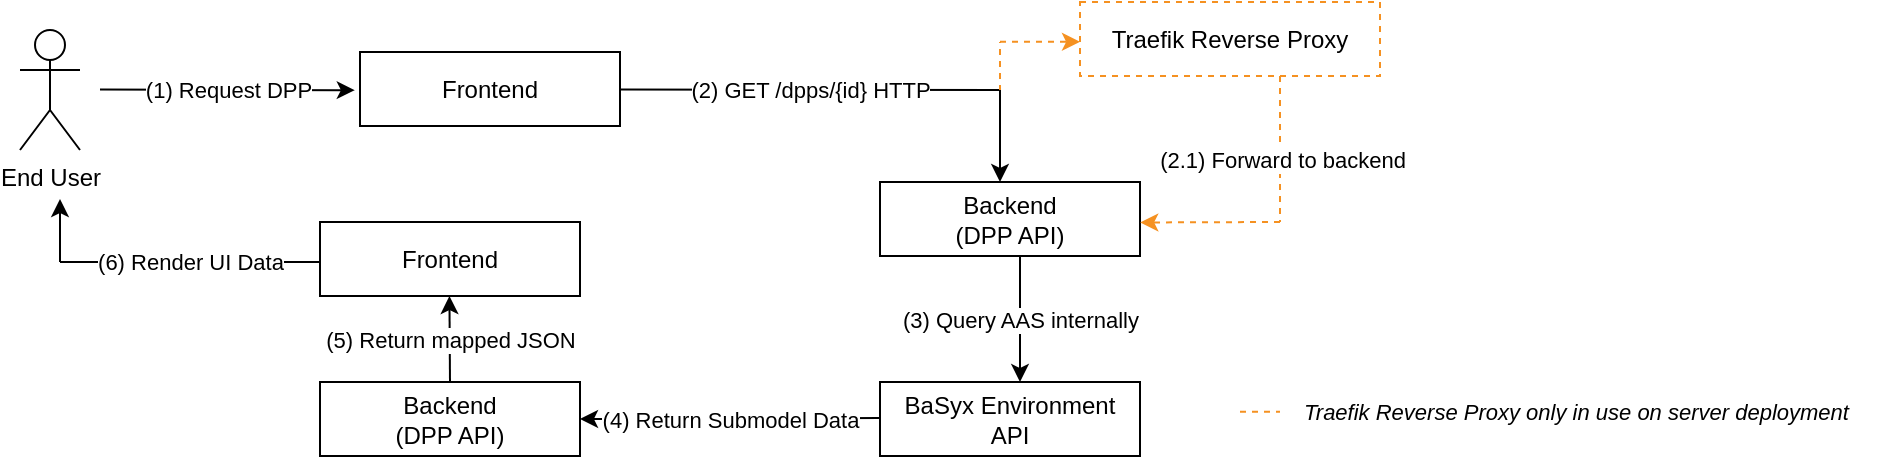
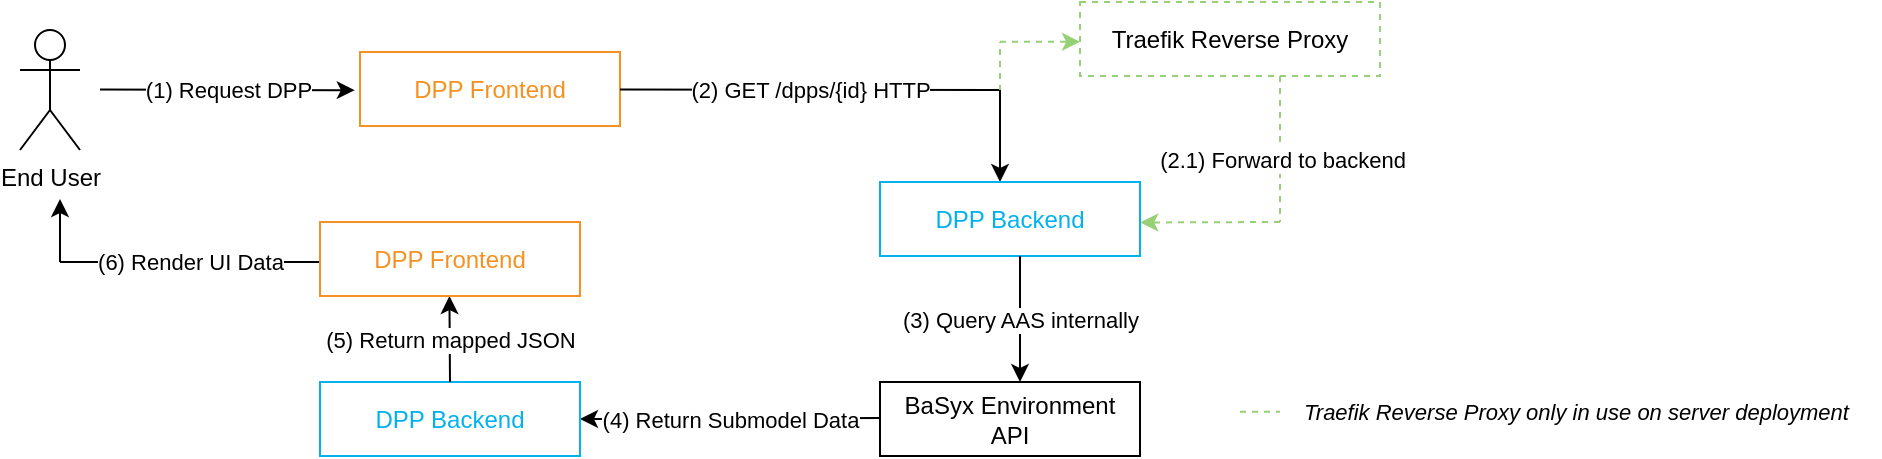
<mxfile host="Electron" agent="Mozilla/5.0 (Macintosh; Intel Mac OS X 10_15_7) AppleWebKit/537.36 (KHTML, like Gecko) draw.io/28.2.8 Chrome/140.0.7339.240 Electron/38.4.0 Safari/537.36" version="28.2.8">
  <diagram name="Seite-1" id="kSZL9XZ3l5jv9jZUYMf_">
-     <mxGraphModel dx="1309" dy="537" grid="1" gridSize="10" guides="1" tooltips="1" connect="1" arrows="1" fold="1" page="1" pageScale="1" pageWidth="1169" pageHeight="827" math="0" shadow="0">
+     <mxGraphModel dx="869" dy="607" grid="1" gridSize="10" guides="1" tooltips="1" connect="1" arrows="1" fold="1" page="1" pageScale="1" pageWidth="1169" pageHeight="827" math="0" shadow="0">
      <root>
        <mxCell id="0" />
        <mxCell id="1" parent="0" />
        <mxCell id="JikjJ0p1adLa2uhM40UA-1" value="End User" style="shape=umlActor;verticalLabelPosition=bottom;verticalAlign=top;html=1;outlineConnect=0;" parent="1" vertex="1">
          <mxGeometry x="40" y="384" width="30" height="60" as="geometry" />
        </mxCell>
        <mxCell id="JikjJ0p1adLa2uhM40UA-4" value="" style="endArrow=classic;html=1;rounded=0;entryX=-0.02;entryY=0.516;entryDx=0;entryDy=0;entryPerimeter=0;" parent="1" target="JikjJ0p1adLa2uhM40UA-6" edge="1">
          <mxGeometry relative="1" as="geometry">
            <mxPoint x="80" y="413.77" as="sourcePoint" />
            <mxPoint x="200" y="414" as="targetPoint" />
          </mxGeometry>
        </mxCell>
        <mxCell id="JikjJ0p1adLa2uhM40UA-5" value="(1) Request DPP" style="edgeLabel;resizable=0;html=1;;align=center;verticalAlign=middle;" parent="JikjJ0p1adLa2uhM40UA-4" connectable="0" vertex="1">
          <mxGeometry relative="1" as="geometry" />
        </mxCell>
-         <mxCell id="JikjJ0p1adLa2uhM40UA-6" value="Frontend" style="rounded=0;whiteSpace=wrap;html=1;" parent="1" vertex="1">
+         <mxCell id="JikjJ0p1adLa2uhM40UA-6" value="&lt;font style=&quot;color: rgb(245, 145, 33);&quot;&gt;DPP Frontend&lt;/font&gt;" style="rounded=0;whiteSpace=wrap;html=1;strokeColor=#F59121;" parent="1" vertex="1">
          <mxGeometry x="210" y="395" width="130" height="37" as="geometry" />
        </mxCell>
        <mxCell id="JikjJ0p1adLa2uhM40UA-7" value="" style="endArrow=none;html=1;rounded=0;endFill=0;" parent="1" edge="1">
          <mxGeometry relative="1" as="geometry">
            <mxPoint x="340" y="413.77" as="sourcePoint" />
            <mxPoint x="530" y="414" as="targetPoint" />
          </mxGeometry>
        </mxCell>
        <mxCell id="JikjJ0p1adLa2uhM40UA-8" value="(2) GET /dpps/{id} HTTP" style="edgeLabel;resizable=0;html=1;;align=center;verticalAlign=middle;" parent="JikjJ0p1adLa2uhM40UA-7" connectable="0" vertex="1">
          <mxGeometry relative="1" as="geometry" />
        </mxCell>
-         <mxCell id="JikjJ0p1adLa2uhM40UA-15" value="" style="endArrow=none;dashed=1;html=1;rounded=0;strokeColor=#F59121;" parent="1" edge="1">
+         <mxCell id="JikjJ0p1adLa2uhM40UA-15" value="" style="endArrow=none;dashed=1;html=1;rounded=0;strokeColor=#97D077;" parent="1" edge="1">
          <mxGeometry width="50" height="50" relative="1" as="geometry">
            <mxPoint x="530" y="414.5" as="sourcePoint" />
            <mxPoint x="530" y="390" as="targetPoint" />
          </mxGeometry>
        </mxCell>
-         <mxCell id="JikjJ0p1adLa2uhM40UA-16" value="" style="endArrow=classic;dashed=1;html=1;rounded=0;endFill=1;strokeColor=#F59121;" parent="1" edge="1">
+         <mxCell id="JikjJ0p1adLa2uhM40UA-16" value="" style="endArrow=classic;dashed=1;html=1;rounded=0;endFill=1;strokeColor=#97D077;" parent="1" edge="1">
          <mxGeometry width="50" height="50" relative="1" as="geometry">
            <mxPoint x="530" y="389.93" as="sourcePoint" />
            <mxPoint x="570" y="389.93" as="targetPoint" />
          </mxGeometry>
        </mxCell>
        <mxCell id="JikjJ0p1adLa2uhM40UA-17" value="" style="endArrow=classic;html=1;rounded=0;" parent="1" edge="1">
          <mxGeometry width="50" height="50" relative="1" as="geometry">
            <mxPoint x="530" y="414" as="sourcePoint" />
            <mxPoint x="530" y="460" as="targetPoint" />
          </mxGeometry>
        </mxCell>
-         <mxCell id="JikjJ0p1adLa2uhM40UA-19" value="Traefik Reverse Proxy" style="rounded=0;whiteSpace=wrap;html=1;dashed=1;strokeColor=#F59121;" parent="1" vertex="1">
+         <mxCell id="JikjJ0p1adLa2uhM40UA-19" value="Traefik Reverse Proxy" style="rounded=0;whiteSpace=wrap;html=1;dashed=1;strokeColor=#97D077;" parent="1" vertex="1">
          <mxGeometry x="570" y="370" width="150" height="37" as="geometry" />
        </mxCell>
-         <mxCell id="JikjJ0p1adLa2uhM40UA-22" value="Backend&lt;div&gt;(DPP API)&lt;/div&gt;" style="rounded=0;whiteSpace=wrap;html=1;" parent="1" vertex="1">
+         <mxCell id="JikjJ0p1adLa2uhM40UA-22" value="&lt;font style=&quot;color: rgb(4, 177, 239);&quot;&gt;DPP Backend&lt;/font&gt;" style="rounded=0;whiteSpace=wrap;html=1;strokeColor=#04B1EF;" parent="1" vertex="1">
          <mxGeometry x="470" y="460" width="130" height="37" as="geometry" />
        </mxCell>
-         <mxCell id="JikjJ0p1adLa2uhM40UA-23" value="" style="endArrow=none;html=1;rounded=0;exitX=0.16;exitY=0.977;exitDx=0;exitDy=0;exitPerimeter=0;dashed=1;endFill=0;strokeColor=#F59121;" parent="1" edge="1">
+         <mxCell id="JikjJ0p1adLa2uhM40UA-23" value="" style="endArrow=none;html=1;rounded=0;exitX=0.16;exitY=0.977;exitDx=0;exitDy=0;exitPerimeter=0;dashed=1;endFill=0;strokeColor=#97D077;" parent="1" edge="1">
          <mxGeometry width="50" height="50" relative="1" as="geometry">
            <mxPoint x="670" y="406.999" as="sourcePoint" />
            <mxPoint x="670" y="480" as="targetPoint" />
          </mxGeometry>
        </mxCell>
        <mxCell id="YEDeLK0-zRL8rjrD16k6-2" value="(2.1) Forward to backend" style="edgeLabel;html=1;align=center;verticalAlign=middle;resizable=0;points=[];" parent="JikjJ0p1adLa2uhM40UA-23" vertex="1" connectable="0">
          <mxGeometry x="0.1546" y="1" relative="1" as="geometry">
            <mxPoint as="offset" />
          </mxGeometry>
        </mxCell>
-         <mxCell id="JikjJ0p1adLa2uhM40UA-24" value="" style="endArrow=classic;html=1;rounded=0;dashed=1;endFill=1;entryX=1.001;entryY=0.547;entryDx=0;entryDy=0;entryPerimeter=0;strokeColor=#F59121;" parent="1" target="JikjJ0p1adLa2uhM40UA-22" edge="1">
+         <mxCell id="JikjJ0p1adLa2uhM40UA-24" value="" style="endArrow=classic;html=1;rounded=0;dashed=1;endFill=1;entryX=1.001;entryY=0.547;entryDx=0;entryDy=0;entryPerimeter=0;strokeColor=#97D077;" parent="1" target="JikjJ0p1adLa2uhM40UA-22" edge="1">
          <mxGeometry width="50" height="50" relative="1" as="geometry">
            <mxPoint x="670" y="480" as="sourcePoint" />
            <mxPoint x="644.88" y="553.001" as="targetPoint" />
          </mxGeometry>
        </mxCell>
        <mxCell id="JikjJ0p1adLa2uhM40UA-25" value="BaSyx Environment&lt;div&gt;API&lt;/div&gt;" style="rounded=0;whiteSpace=wrap;html=1;" parent="1" vertex="1">
          <mxGeometry x="470" y="560" width="130" height="37" as="geometry" />
        </mxCell>
        <mxCell id="JikjJ0p1adLa2uhM40UA-27" value="" style="endArrow=none;html=1;rounded=0;startArrow=classic;startFill=1;endFill=0;" parent="1" edge="1">
          <mxGeometry relative="1" as="geometry">
            <mxPoint x="540" y="560" as="sourcePoint" />
            <mxPoint x="540" y="497" as="targetPoint" />
          </mxGeometry>
        </mxCell>
        <mxCell id="JikjJ0p1adLa2uhM40UA-28" value="(3) Query AAS internally" style="edgeLabel;resizable=0;html=1;;align=center;verticalAlign=middle;" parent="JikjJ0p1adLa2uhM40UA-27" connectable="0" vertex="1">
          <mxGeometry relative="1" as="geometry" />
        </mxCell>
        <mxCell id="JikjJ0p1adLa2uhM40UA-29" value="" style="endArrow=none;html=1;rounded=0;startArrow=classic;startFill=1;endFill=0;exitX=1;exitY=0.5;exitDx=0;exitDy=0;" parent="1" source="JikjJ0p1adLa2uhM40UA-31" edge="1">
          <mxGeometry relative="1" as="geometry">
            <mxPoint x="350" y="578.23" as="sourcePoint" />
            <mxPoint x="470" y="578" as="targetPoint" />
          </mxGeometry>
        </mxCell>
        <mxCell id="JikjJ0p1adLa2uhM40UA-30" value="(4) Return Submodel Data" style="edgeLabel;resizable=0;html=1;;align=center;verticalAlign=middle;" parent="JikjJ0p1adLa2uhM40UA-29" connectable="0" vertex="1">
          <mxGeometry relative="1" as="geometry" />
        </mxCell>
-         <mxCell id="JikjJ0p1adLa2uhM40UA-31" value="Backend&lt;div&gt;(DPP API)&lt;/div&gt;" style="rounded=0;whiteSpace=wrap;html=1;" parent="1" vertex="1">
+         <mxCell id="JikjJ0p1adLa2uhM40UA-31" value="&lt;font color=&quot;#04b1ef&quot;&gt;DPP Backend&lt;/font&gt;" style="rounded=0;whiteSpace=wrap;html=1;strokeColor=#04B1EF;" parent="1" vertex="1">
          <mxGeometry x="190" y="560" width="130" height="37" as="geometry" />
        </mxCell>
        <mxCell id="JikjJ0p1adLa2uhM40UA-32" value="" style="endArrow=classic;html=1;rounded=0;startArrow=none;startFill=0;endFill=1;" parent="1" edge="1">
          <mxGeometry relative="1" as="geometry">
            <mxPoint x="255" y="560" as="sourcePoint" />
            <mxPoint x="254.70999999999998" y="517" as="targetPoint" />
          </mxGeometry>
        </mxCell>
        <mxCell id="JikjJ0p1adLa2uhM40UA-33" value="(5) Return mapped JSON" style="edgeLabel;resizable=0;html=1;;align=center;verticalAlign=middle;" parent="JikjJ0p1adLa2uhM40UA-32" connectable="0" vertex="1">
          <mxGeometry relative="1" as="geometry" />
        </mxCell>
        <mxCell id="JikjJ0p1adLa2uhM40UA-37" value="" style="endArrow=none;html=1;rounded=0;startArrow=none;startFill=0;endFill=0;" parent="1" edge="1">
          <mxGeometry relative="1" as="geometry">
            <mxPoint x="60" y="500" as="sourcePoint" />
            <mxPoint x="190" y="500" as="targetPoint" />
          </mxGeometry>
        </mxCell>
        <mxCell id="JikjJ0p1adLa2uhM40UA-38" value="(6) Render UI Data" style="edgeLabel;resizable=0;html=1;;align=center;verticalAlign=middle;" parent="JikjJ0p1adLa2uhM40UA-37" connectable="0" vertex="1">
          <mxGeometry relative="1" as="geometry" />
        </mxCell>
-         <mxCell id="JikjJ0p1adLa2uhM40UA-34" value="Frontend" style="rounded=0;whiteSpace=wrap;html=1;" parent="1" vertex="1">
+         <mxCell id="JikjJ0p1adLa2uhM40UA-34" value="&lt;font style=&quot;color: rgb(245, 145, 33);&quot;&gt;DPP Frontend&lt;/font&gt;" style="rounded=0;whiteSpace=wrap;html=1;strokeColor=#F59121;" parent="1" vertex="1">
          <mxGeometry x="190" y="480" width="130" height="37" as="geometry" />
        </mxCell>
        <mxCell id="JikjJ0p1adLa2uhM40UA-42" value="" style="group" parent="1" vertex="1" connectable="0">
          <mxGeometry x="650" y="560" width="320" height="30" as="geometry" />
        </mxCell>
-         <mxCell id="JikjJ0p1adLa2uhM40UA-40" value="" style="endArrow=none;dashed=1;html=1;rounded=0;strokeColor=#F59121;" parent="JikjJ0p1adLa2uhM40UA-42" edge="1">
+         <mxCell id="JikjJ0p1adLa2uhM40UA-40" value="" style="endArrow=none;dashed=1;html=1;rounded=0;strokeColor=#97D077;" parent="JikjJ0p1adLa2uhM40UA-42" edge="1">
          <mxGeometry width="50" height="50" relative="1" as="geometry">
            <mxPoint y="14.889999999999986" as="sourcePoint" />
            <mxPoint x="20" y="14.889999999999986" as="targetPoint" />
          </mxGeometry>
        </mxCell>
        <mxCell id="JikjJ0p1adLa2uhM40UA-41" value="Traefik Reverse Proxy only in use on server deployment" style="text;html=1;whiteSpace=wrap;strokeColor=none;fillColor=none;align=left;verticalAlign=middle;rounded=0;fontSize=11;fontStyle=2" parent="JikjJ0p1adLa2uhM40UA-42" vertex="1">
          <mxGeometry x="30" width="290" height="30" as="geometry" />
        </mxCell>
        <mxCell id="YEDeLK0-zRL8rjrD16k6-1" value="" style="endArrow=none;html=1;rounded=0;startArrow=classic;startFill=1;" parent="1" edge="1">
          <mxGeometry width="50" height="50" relative="1" as="geometry">
            <mxPoint x="60" y="468.5" as="sourcePoint" />
            <mxPoint x="60" y="500" as="targetPoint" />
          </mxGeometry>
        </mxCell>
      </root>
    </mxGraphModel>
  </diagram>
</mxfile>
